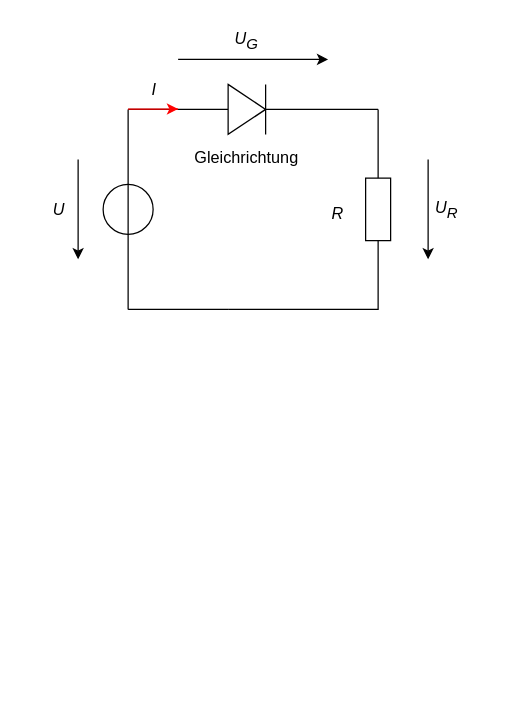
The draw.io diagram forschungspraktikum.drawio in reinlten/TPA_Kolb, before the edit. Source tidied: cells renumbered, new cells numbered last; positions are measured from the earlier drawing's top-left corner, leaving out a move shared by most shapes. Both pictures are drawn from the tidied source at 125%, with x=0, y=0 at pixel (21, 21).
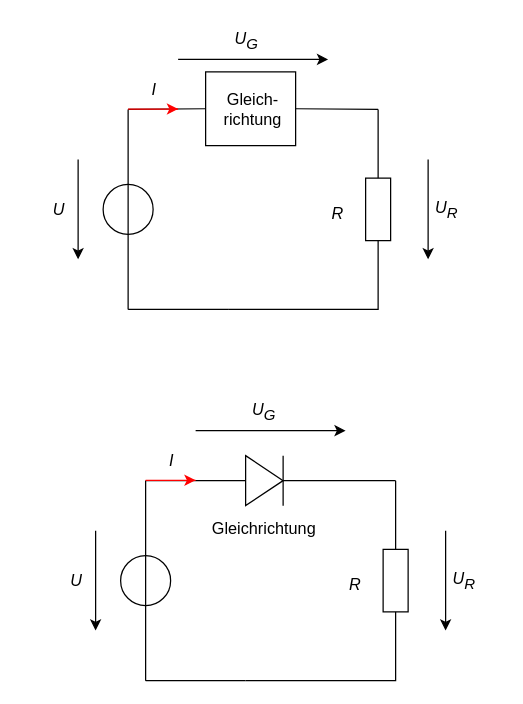
Above is the later version.

Diff of the diagram source:
```diff
@@
+    <mxCell id="23" style="rounded=0;whiteSpace=wrap;html=1;" parent="1" vertex="1">
+      <mxGeometry x="147" y="40" width="72" height="59" as="geometry" />
+    </mxCell>
-    <mxCell id="2" style="endArrow=none;html=1;rounded=0;fontSize=13;" parent="1" edge="1">
+    <mxCell id="2" style="endArrow=none;html=1;rounded=0;fontSize=13;entryX=0;entryY=0.5;entryDx=0;entryDy=0;" parent="1" edge="1" target="23">
       <mxGeometry relative="1" as="geometry">
         <mxPoint x="85" y="70" as="sourcePoint" />
-        <mxPoint x="165" y="70" as="targetPoint" />
       </mxGeometry>
     </mxCell>
@@
-    <mxCell id="8" style="triangle;whiteSpace=wrap;html=1;fontSize=13;" parent="1" vertex="1">
-      <mxGeometry x="165" y="50" width="30" height="40" as="geometry" />
-    </mxCell>
-    <mxCell id="9" style="endArrow=none;html=1;rounded=0;fontSize=13;" parent="1" edge="1">
-      <mxGeometry relative="1" as="geometry">
-        <mxPoint x="195" y="90" as="sourcePoint" />
-        <mxPoint x="195" y="50" as="targetPoint" />
-      </mxGeometry>
-    </mxCell>
@@
-    <mxCell id="11" style="endArrow=none;html=1;rounded=0;fontSize=13;" parent="1" edge="1">
+    <mxCell id="11" style="endArrow=none;html=1;rounded=0;fontSize=13;exitX=1;exitY=0.5;exitDx=0;exitDy=0;" parent="1" edge="1" source="23">
       <mxGeometry relative="1" as="geometry">
-        <mxPoint x="195" y="70" as="sourcePoint" />
         <mxPoint x="285" y="70" as="targetPoint" />
       </mxGeometry>
     </mxCell>
@@
+    <mxCell id="24" style="endArrow=none;html=1;rounded=0;fontSize=13;" parent="1" edge="1">
+      <mxGeometry relative="1" as="geometry">
+        <mxPoint x="99" y="367" as="sourcePoint" />
+        <mxPoint x="179" y="367" as="targetPoint" />
+      </mxGeometry>
+    </mxCell>
-    <mxCell id="22" value="Gleichrichtung" style="text;strokeColor=none;align=center;fillColor=none;html=1;verticalAlign=middle;whiteSpace=wrap;rounded=0;fontSize=13;" parent="1" vertex="1">
-      <mxGeometry x="129" y="93" width="102" height="30" as="geometry" />
+    <mxCell id="22" value="Gleich-&lt;div&gt;richtung&lt;/div&gt;" style="text;strokeColor=none;align=center;fillColor=none;html=1;verticalAlign=middle;whiteSpace=wrap;rounded=0;fontSize=13;" parent="1" vertex="1">
+      <mxGeometry x="160" y="54.5" width="50" height="30" as="geometry" />
     </mxCell>
+    <mxCell id="25" style="endArrow=none;html=1;rounded=0;fontSize=13;" parent="1" edge="1" source="28">
+      <mxGeometry relative="1" as="geometry">
+        <mxPoint x="99" y="367" as="targetPoint" />
+      </mxGeometry>
+    </mxCell>
+    <mxCell id="26" style="endArrow=none;html=1;rounded=0;fontSize=13;" parent="1" edge="1">
+      <mxGeometry relative="1" as="geometry">
+        <mxPoint x="99" y="527" as="sourcePoint" />
+        <mxPoint x="179" y="527" as="targetPoint" />
+      </mxGeometry>
+    </mxCell>
+    <mxCell id="27" style="endArrow=none;html=1;rounded=0;fontSize=13;" parent="1" edge="1" target="28">
+      <mxGeometry relative="1" as="geometry">
+        <mxPoint x="99" y="527" as="sourcePoint" />
+      </mxGeometry>
+    </mxCell>
+    <mxCell id="28" style="ellipse;whiteSpace=wrap;html=1;fontSize=13;" parent="1" vertex="1">
+      <mxGeometry x="79" y="427" width="40" height="40" as="geometry" />
+    </mxCell>
+    <mxCell id="29" style="endArrow=none;html=1;rounded=0;exitX=0.5;exitY=1;exitDx=0;exitDy=0;entryX=0.5;entryY=0;entryDx=0;entryDy=0;fontSize=13;" parent="1" edge="1" source="28" target="28">
+      <mxGeometry relative="1" as="geometry" />
+    </mxCell>
+    <mxCell id="30" style="triangle;whiteSpace=wrap;html=1;fontSize=13;" parent="1" vertex="1">
+      <mxGeometry x="179" y="347" width="30" height="40" as="geometry" />
+    </mxCell>
+    <mxCell id="31" style="endArrow=none;html=1;rounded=0;fontSize=13;" parent="1" edge="1">
+      <mxGeometry relative="1" as="geometry">
+        <mxPoint x="209" y="387" as="sourcePoint" />
+        <mxPoint x="209" y="347" as="targetPoint" />
+      </mxGeometry>
+    </mxCell>
+    <mxCell id="32" style="endArrow=none;html=1;rounded=0;fontSize=13;" parent="1" edge="1" source="34">
+      <mxGeometry relative="1" as="geometry">
+        <mxPoint x="179" y="527" as="targetPoint" />
+        <Array as="points">
+          <mxPoint x="299" y="367" />
+          <mxPoint x="299" y="527" />
+        </Array>
+      </mxGeometry>
+    </mxCell>
+    <mxCell id="33" style="endArrow=none;html=1;rounded=0;fontSize=13;" parent="1" edge="1">
+      <mxGeometry relative="1" as="geometry">
+        <mxPoint x="209" y="367" as="sourcePoint" />
+        <mxPoint x="299" y="367" as="targetPoint" />
+      </mxGeometry>
+    </mxCell>
+    <mxCell id="34" style="rounded=0;whiteSpace=wrap;html=1;fontSize=13;" parent="1" vertex="1">
+      <mxGeometry x="289" y="422" width="20" height="50" as="geometry" />
+    </mxCell>
+    <mxCell id="35" style="endArrow=classic;html=1;rounded=0;fontSize=13;" parent="1" edge="1">
+      <mxGeometry relative="1" as="geometry">
+        <mxPoint x="59" y="407" as="sourcePoint" />
+        <mxPoint x="59" y="487" as="targetPoint" />
+      </mxGeometry>
+    </mxCell>
+    <mxCell id="36" style="endArrow=classic;html=1;rounded=0;fontSize=13;" parent="1" edge="1">
+      <mxGeometry relative="1" as="geometry">
+        <mxPoint x="139" y="327" as="sourcePoint" />
+        <mxPoint x="259" y="327" as="targetPoint" />
+      </mxGeometry>
+    </mxCell>
+    <mxCell id="37" style="endArrow=classic;html=1;rounded=0;fontSize=13;" parent="1" edge="1">
+      <mxGeometry relative="1" as="geometry">
+        <mxPoint x="339" y="407" as="sourcePoint" />
+        <mxPoint x="339" y="487" as="targetPoint" />
+      </mxGeometry>
+    </mxCell>
+    <mxCell id="38" style="endArrow=classic;html=1;rounded=0;strokeColor=#ff0000;fontSize=13;" parent="1" edge="1">
+      <mxGeometry relative="1" as="geometry">
+        <mxPoint x="139" y="366.7" as="sourcePoint" />
+        <mxPoint x="139" y="366.7" as="targetPoint" />
+        <Array as="points">
+          <mxPoint x="99" y="366.7" />
+        </Array>
+      </mxGeometry>
+    </mxCell>
+    <mxCell id="39" value="&lt;i style=&quot;font-size: 13px;&quot;&gt;U&lt;/i&gt;" style="text;strokeColor=none;align=center;fillColor=none;html=1;verticalAlign=middle;whiteSpace=wrap;rounded=0;fontSize=13;" parent="1" vertex="1">
+      <mxGeometry x="14" y="432" width="60" height="30" as="geometry" />
+    </mxCell>
+    <mxCell id="40" value="&lt;i style=&quot;&quot;&gt;U&lt;sub style=&quot;&quot;&gt;&lt;font style=&quot;font-size: 12px;&quot;&gt;R&lt;/font&gt;&lt;/sub&gt;&lt;/i&gt;" style="text;strokeColor=none;align=center;fillColor=none;html=1;verticalAlign=middle;whiteSpace=wrap;rounded=0;fontSize=13;" parent="1" vertex="1">
+      <mxGeometry x="324" y="432" width="60" height="30" as="geometry" />
+    </mxCell>
+    <mxCell id="41" value="&lt;i style=&quot;&quot;&gt;U&lt;sub style=&quot;&quot;&gt;&lt;font style=&quot;font-size: 12px;&quot;&gt;G&lt;/font&gt;&lt;/sub&gt;&lt;/i&gt;" style="text;strokeColor=none;align=center;fillColor=none;html=1;verticalAlign=middle;whiteSpace=wrap;rounded=0;fontSize=13;" parent="1" vertex="1">
+      <mxGeometry x="164" y="297" width="60" height="30" as="geometry" />
+    </mxCell>
+    <mxCell id="42" value="&lt;i style=&quot;font-size: 13px;&quot;&gt;I&lt;/i&gt;" style="text;strokeColor=none;align=center;fillColor=none;html=1;verticalAlign=middle;whiteSpace=wrap;rounded=0;fontSize=13;" parent="1" vertex="1">
+      <mxGeometry x="90" y="336" width="60" height="30" as="geometry" />
+    </mxCell>
+    <mxCell id="43" value="&lt;i style=&quot;font-size: 13px;&quot;&gt;R&lt;/i&gt;" style="text;strokeColor=none;align=center;fillColor=none;html=1;verticalAlign=middle;whiteSpace=wrap;rounded=0;fontSize=13;" parent="1" vertex="1">
+      <mxGeometry x="237" y="435" width="60" height="30" as="geometry" />
+    </mxCell>
+    <mxCell id="44" value="Gleichrichtung" style="text;strokeColor=none;align=center;fillColor=none;html=1;verticalAlign=middle;whiteSpace=wrap;rounded=0;fontSize=13;" parent="1" vertex="1">
+      <mxGeometry x="143" y="390" width="102" height="30" as="geometry" />
+    </mxCell>
```
